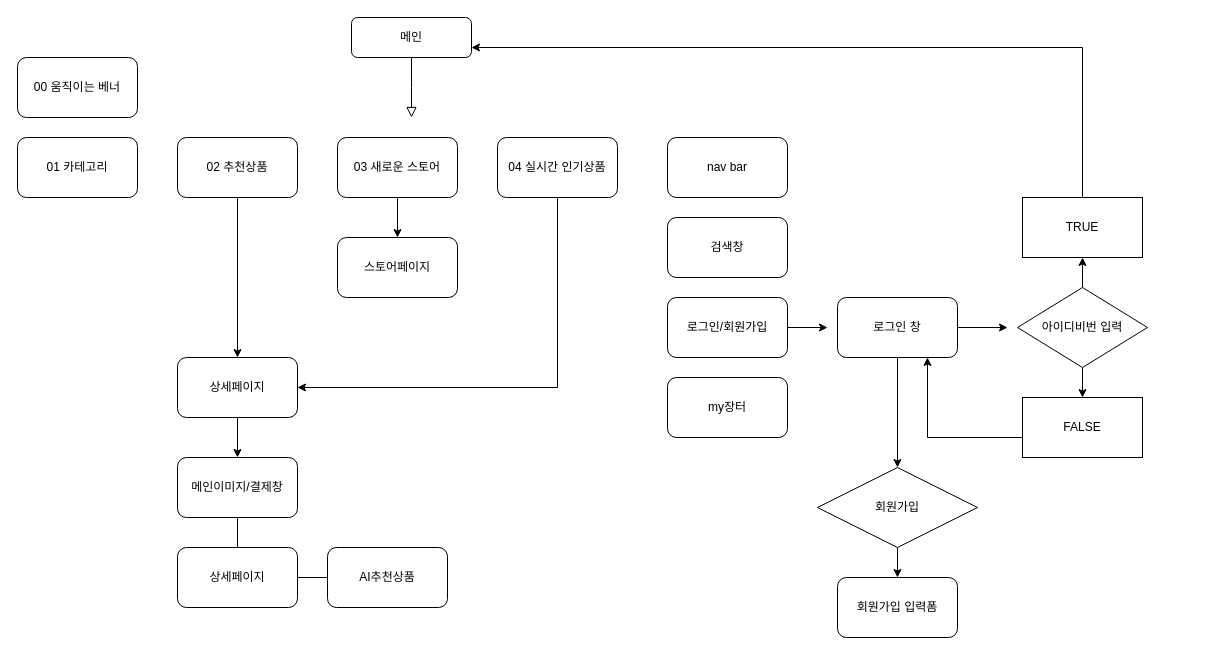
Earlier version of the draw.io diagram Untitled Diagram.drawio (gigajini/gsap_study). Source tidied: cells renumbered, new cells numbered last; positions are measured from the earlier drawing's top-left corner, leaving out a move shared by most shapes. Both pictures are drawn from the tidied source at 100%, with x=0, y=0 at pixel (17, 17).
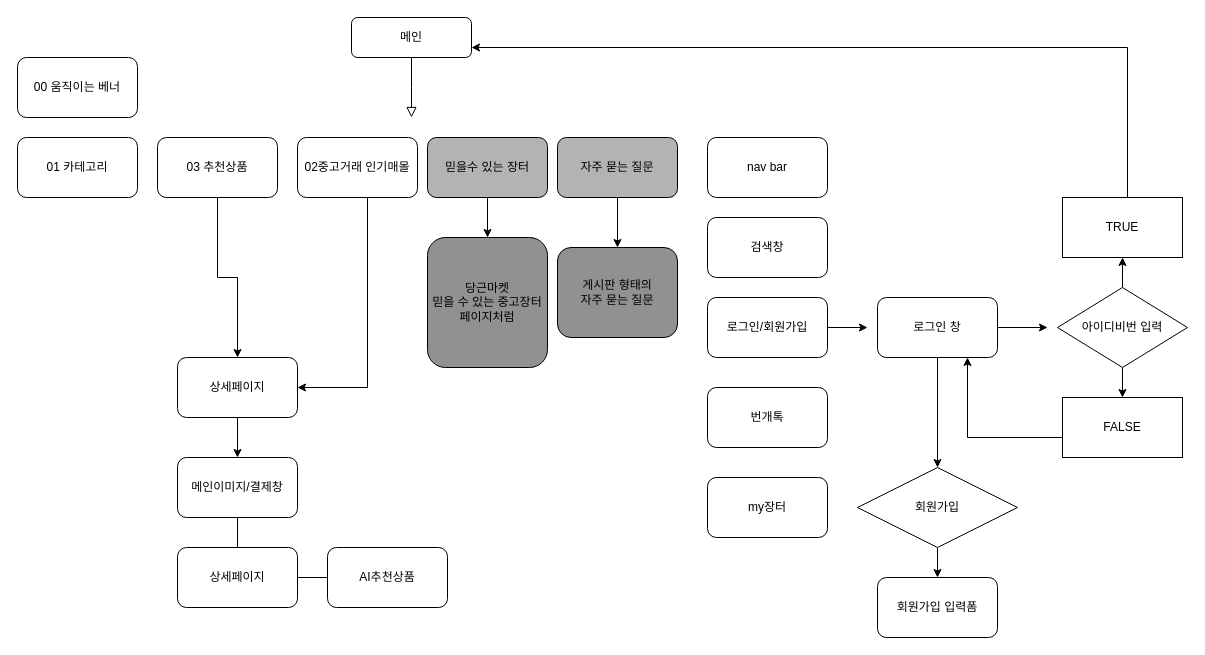
The same diagram, later.

The change refers to these unchanged cells:
```xml
<mxCell id="3" value="메인" style="rounded=1;whiteSpace=wrap;html=1;fontSize=12;glass=0;strokeWidth=1;shadow=0;" parent="1" vertex="1">
  <mxGeometry x="334" width="120" height="40" as="geometry" />
</mxCell>
```

What changed in the source:
```diff
@@
     <mxCell id="6" value="로그인 창" style="rounded=1;whiteSpace=wrap;html=1;" parent="1" vertex="1">
-      <mxGeometry x="820" y="280" width="120" height="60" as="geometry" />
+      <mxGeometry x="860" y="280" width="120" height="60" as="geometry" />
     </mxCell>
     <mxCell id="7" style="edgeStyle=orthogonalEdgeStyle;rounded=0;jettySize=auto;html=1;" parent="1" edge="1" source="8">
       <mxGeometry relative="1" as="geometry">
         <mxPoint x="280" y="370" as="targetPoint" />
         <Array as="points">
-          <mxPoint x="540" y="370" />
+          <mxPoint x="350" y="370" />
         </Array>
       </mxGeometry>
     </mxCell>
-    <mxCell id="8" value="04 실시간 인기상품" style="rounded=1;whiteSpace=wrap;html=1;" parent="1" vertex="1">
-      <mxGeometry x="480" y="120" width="120" height="60" as="geometry" />
+    <mxCell id="8" value="02중고거래 인기매몰" style="rounded=1;whiteSpace=wrap;html=1;" parent="1" vertex="1">
+      <mxGeometry x="280" y="120" width="120" height="60" as="geometry" />
     </mxCell>
-    <mxCell id="9" style="edgeStyle=orthogonalEdgeStyle;rounded=0;jettySize=auto;html=1;" parent="1" edge="1" source="10" target="30">
-      <mxGeometry relative="1" as="geometry" />
-    </mxCell>
-    <mxCell id="10" value="03 새로운 스토어" style="rounded=1;whiteSpace=wrap;html=1;" parent="1" vertex="1">
-      <mxGeometry x="320" y="120" width="120" height="60" as="geometry" />
-    </mxCell>
@@
-    <mxCell id="12" value="02 추천상품" style="rounded=1;whiteSpace=wrap;html=1;" parent="1" vertex="1">
-      <mxGeometry x="160" y="120" width="120" height="60" as="geometry" />
+    <mxCell id="12" value="03 추천상품" style="rounded=1;whiteSpace=wrap;html=1;" parent="1" vertex="1">
+      <mxGeometry x="140" y="120" width="120" height="60" as="geometry" />
     </mxCell>
     <mxCell id="13" value="검색창" style="rounded=1;whiteSpace=wrap;html=1;" parent="1" vertex="1">
-      <mxGeometry x="650" y="200" width="120" height="60" as="geometry" />
+      <mxGeometry x="690" y="200" width="120" height="60" as="geometry" />
     </mxCell>
     <mxCell id="14" value="로그인/회원가입" style="rounded=1;whiteSpace=wrap;html=1;" parent="1" vertex="1">
-      <mxGeometry x="650" y="280" width="120" height="60" as="geometry" />
+      <mxGeometry x="690" y="280" width="120" height="60" as="geometry" />
     </mxCell>
     <mxCell id="15" value="my장터" style="rounded=1;whiteSpace=wrap;html=1;" parent="1" vertex="1">
-      <mxGeometry x="650" y="360" width="120" height="60" as="geometry" />
+      <mxGeometry x="690" y="460" width="120" height="60" as="geometry" />
     </mxCell>
     <mxCell id="16" value="nav bar" style="rounded=1;whiteSpace=wrap;html=1;" parent="1" vertex="1">
-      <mxGeometry x="650" y="120" width="120" height="60" as="geometry" />
+      <mxGeometry x="690" y="120" width="120" height="60" as="geometry" />
     </mxCell>
     <mxCell id="17" style="endArrow=classic;html=1;" parent="1" edge="1">
       <mxGeometry relative="1" as="geometry">
-        <mxPoint x="770" y="310" as="sourcePoint" />
-        <mxPoint x="810" y="310" as="targetPoint" />
+        <mxPoint x="810" y="310" as="sourcePoint" />
+        <mxPoint x="850" y="310" as="targetPoint" />
       </mxGeometry>
     </mxCell>
     <mxCell id="18" style="endArrow=classic;html=1;exitX=1;exitY=0.5;exitDx=0;exitDy=0;" parent="1" edge="1" source="6">
       <mxGeometry relative="1" as="geometry">
-        <mxPoint x="990" y="310" as="targetPoint" />
+        <mxPoint x="1030" y="310" as="targetPoint" />
       </mxGeometry>
     </mxCell>
@@
     <mxCell id="21" value="아이디비번 입력" style="rhombus;whiteSpace=wrap;html=1;" parent="1" vertex="1">
-      <mxGeometry x="1000" y="270" width="130" height="80" as="geometry" />
+      <mxGeometry x="1040" y="270" width="130" height="80" as="geometry" />
     </mxCell>
     <mxCell id="22" style="edgeStyle=orthogonalEdgeStyle;rounded=0;jettySize=auto;html=1;exitX=0;exitY=0.75;exitDx=0;exitDy=0;entryX=0.75;entryY=1;entryDx=0;entryDy=0;" parent="1" edge="1" source="25" target="6">
       <mxGeometry relative="1" as="geometry">
         <Array as="points">
-          <mxPoint x="1065" y="425" />
-          <mxPoint x="1065" y="420" />
-          <mxPoint x="910" y="420" />
+          <mxPoint x="1105" y="425" />
+          <mxPoint x="1105" y="420" />
+          <mxPoint x="950" y="420" />
         </Array>
       </mxGeometry>
     </mxCell>
     <mxCell id="23" style="edgeStyle=orthogonalEdgeStyle;rounded=0;jettySize=auto;html=1;entryX=1;entryY=0.75;entryDx=0;entryDy=0;" parent="1" edge="1" source="24" target="3">
       <mxGeometry relative="1" as="geometry">
         <Array as="points">
-          <mxPoint x="1065" y="30" />
+          <mxPoint x="1110" y="30" />
         </Array>
       </mxGeometry>
     </mxCell>
     <mxCell id="24" value="TRUE" style="rounded=0;whiteSpace=wrap;html=1;" parent="1" vertex="1">
-      <mxGeometry x="1005" y="180" width="120" height="60" as="geometry" />
+      <mxGeometry x="1045" y="180" width="120" height="60" as="geometry" />
     </mxCell>
     <mxCell id="25" value="FALSE" style="rounded=0;whiteSpace=wrap;html=1;" parent="1" vertex="1">
-      <mxGeometry x="1005" y="380" width="120" height="60" as="geometry" />
+      <mxGeometry x="1045" y="380" width="120" height="60" as="geometry" />
     </mxCell>
@@
     <mxCell id="27" value="회원가입" style="rhombus;whiteSpace=wrap;html=1;" parent="1" vertex="1">
-      <mxGeometry x="800" y="450" width="160" height="80" as="geometry" />
+      <mxGeometry x="840" y="450" width="160" height="80" as="geometry" />
     </mxCell>
     <mxCell id="28" value="회원가입 입력폼" style="rounded=1;whiteSpace=wrap;html=1;" parent="1" vertex="1">
-      <mxGeometry x="820" y="560" width="120" height="60" as="geometry" />
+      <mxGeometry x="860" y="560" width="120" height="60" as="geometry" />
     </mxCell>
@@
-    <mxCell id="30" value="스토어페이지" style="rounded=1;whiteSpace=wrap;html=1;" parent="1" vertex="1">
-      <mxGeometry x="320" y="220" width="120" height="60" as="geometry" />
-    </mxCell>
@@
+    <mxCell id="38" value="번개톡" style="rounded=1;whiteSpace=wrap;html=1;" parent="1" vertex="1">
+      <mxGeometry x="690" y="370" width="120" height="60" as="geometry" />
+    </mxCell>
+    <mxCell id="39" style="edgeStyle=orthogonalEdgeStyle;rounded=0;jettySize=auto;html=1;" parent="1" edge="1" source="40" target="43">
+      <mxGeometry relative="1" as="geometry" />
+    </mxCell>
+    <mxCell id="40" value="믿을수 있는 장터" style="rounded=1;whiteSpace=wrap;html=1;fillColor=#B3B3B3;" parent="1" vertex="1">
+      <mxGeometry x="410" y="120" width="120" height="60" as="geometry" />
+    </mxCell>
+    <mxCell id="41" style="edgeStyle=orthogonalEdgeStyle;rounded=0;jettySize=auto;html=1;" parent="1" edge="1" source="42" target="44">
+      <mxGeometry relative="1" as="geometry" />
+    </mxCell>
+    <mxCell id="42" value="자주 묻는 질문" style="rounded=1;whiteSpace=wrap;html=1;fillColor=#B3B3B3;" parent="1" vertex="1">
+      <mxGeometry x="540" y="120" width="120" height="60" as="geometry" />
+    </mxCell>
+    <mxCell id="43" value="당근마켓&lt;br&gt;믿을 수 있는 중고장터&lt;br&gt;페이지처럼" style="rounded=1;whiteSpace=wrap;html=1;fillColor=#919191;" parent="1" vertex="1">
+      <mxGeometry x="410" y="220" width="120" height="130" as="geometry" />
+    </mxCell>
+    <mxCell id="44" value="게시판 형태의&lt;br&gt;자주 묻는 질문" style="rounded=1;whiteSpace=wrap;html=1;fillColor=#919191;" parent="1" vertex="1">
+      <mxGeometry x="540" y="230" width="120" height="90" as="geometry" />
+    </mxCell>
```
